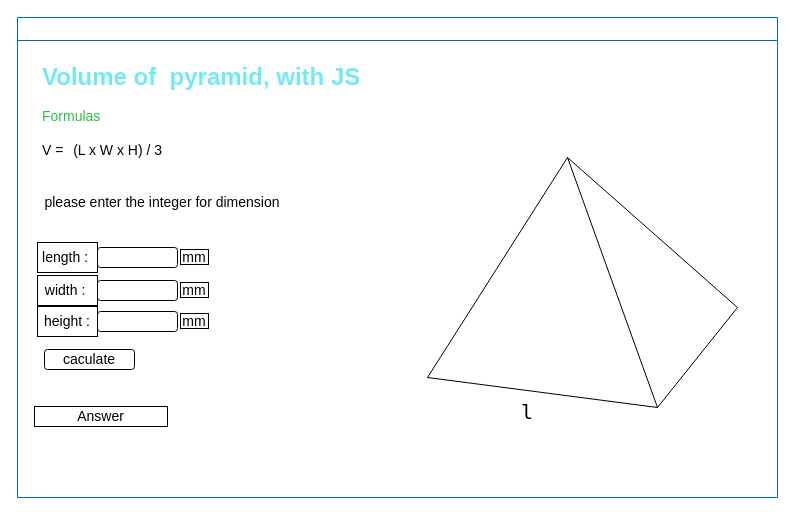
MTHS-ICD2O-1-2023/ICD2O-Unit-3-02-yoochan-han keeps this draw.io diagram as design/storyboard.drawio. Above is the earlier version. Source tidied: cells renumbered, new cells numbered last; positions are measured from the earlier drawing's top-left corner, leaving out a move shared by most shapes. Both pictures are drawn from the tidied source at 100%, with x=0, y=0 at pixel (17, 17).
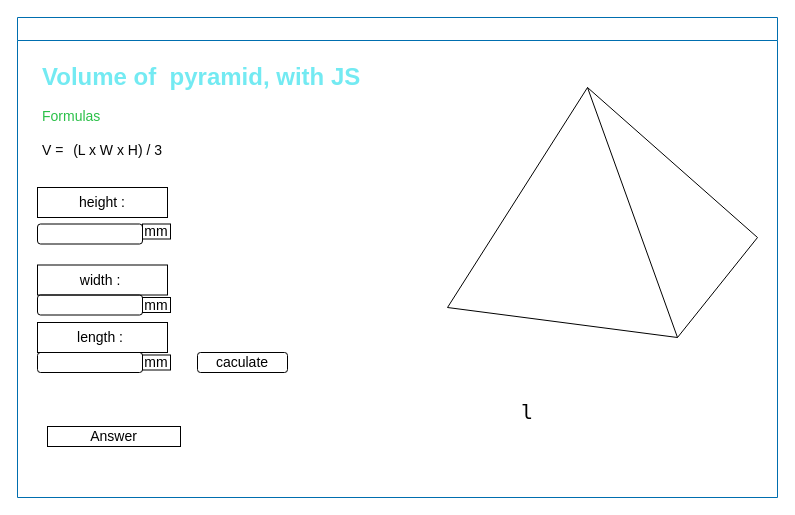
Above is the later version.

The change refers to these unchanged cells:
```xml
<mxCell id="2" value="http://ics2o.mths.ca" style="swimlane;whiteSpace=wrap;html=1;fillColor=none;fontColor=#ffffff;strokeColor=#006EAF;" parent="1" vertex="1">
  <mxGeometry width="760" height="480" as="geometry" />
</mxCell>
```

What changed in the source:
```diff
@@
-    <mxCell id="4" value="&lt;font color=&quot;#050505&quot;&gt;please enter the integer for dimension&lt;/font&gt;" style="text;html=1;align=center;verticalAlign=middle;whiteSpace=wrap;rounded=0;labelBackgroundColor=none;fontSize=14;fillColor=none;" parent="2" vertex="1">
-      <mxGeometry x="20" y="170" width="250" height="30" as="geometry" />
-    </mxCell>
+    <mxCell id="8" value="Answer" style="text;html=1;strokeColor=#000000;fillColor=none;align=center;verticalAlign=middle;rounded=0;glass=0;labelBackgroundColor=none;labelBorderColor=none;fillStyle=auto;fontSize=14;fontColor=#000000;whiteSpace=wrap;" parent="2" vertex="1">
+      <mxGeometry x="30" y="409" width="133" height="20" as="geometry" />
+    </mxCell>
+    <mxCell id="9" value="l" style="text;html=1;strokeColor=none;fillColor=none;align=center;verticalAlign=middle;whiteSpace=wrap;rounded=0;glass=0;labelBackgroundColor=none;labelBorderColor=none;fillStyle=auto;fontSize=20;fontColor=#000000;fontFamily=Lucida Console;" parent="2" vertex="1">
+      <mxGeometry x="480" y="379" width="60" height="30" as="geometry" />
+    </mxCell>
     <mxCell id="5" style="rounded=1;whiteSpace=wrap;html=1;labelBackgroundColor=#000000;fontSize=14;fontColor=#000000;labelBorderColor=none;strokeColor=#000000;" parent="2" vertex="1">
-      <mxGeometry x="80" y="230" width="80" height="20" as="geometry" />
+      <mxGeometry x="20" y="206.5" width="105" height="20" as="geometry" />
     </mxCell>
     <mxCell id="6" value="length :&amp;nbsp;" style="text;html=1;strokeColor=#000000;fillColor=none;align=center;verticalAlign=middle;whiteSpace=wrap;rounded=0;labelBackgroundColor=none;fontSize=14;fontColor=#000000;fillStyle=auto;gradientColor=none;glass=0;labelBorderColor=none;" parent="2" vertex="1">
-      <mxGeometry x="20" y="225" width="60" height="30" as="geometry" />
+      <mxGeometry x="20" y="305" width="130" height="30" as="geometry" />
     </mxCell>
     <mxCell id="7" value="caculate" style="rounded=1;whiteSpace=wrap;html=1;glass=0;labelBackgroundColor=none;labelBorderColor=none;fillStyle=auto;fontSize=14;fontColor=#000000;fillColor=none;gradientColor=none;strokeColor=#000000;" parent="2" vertex="1">
-      <mxGeometry x="27" y="332" width="90" height="20" as="geometry" />
+      <mxGeometry x="180" y="335" width="90" height="20" as="geometry" />
     </mxCell>
-    <mxCell id="8" value="Answer" style="text;html=1;strokeColor=#000000;fillColor=none;align=center;verticalAlign=middle;rounded=0;glass=0;labelBackgroundColor=none;labelBorderColor=none;fillStyle=auto;fontSize=14;fontColor=#000000;whiteSpace=wrap;" parent="2" vertex="1">
-      <mxGeometry x="17" y="389" width="133" height="20" as="geometry" />
-    </mxCell>
-    <mxCell id="9" value="l" style="text;html=1;strokeColor=none;fillColor=none;align=center;verticalAlign=middle;whiteSpace=wrap;rounded=0;glass=0;labelBackgroundColor=none;labelBorderColor=none;fillStyle=auto;fontSize=20;fontColor=#000000;fontFamily=Lucida Console;" parent="2" vertex="1">
-      <mxGeometry x="480" y="379" width="60" height="30" as="geometry" />
-    </mxCell>
-    <mxCell id="10" style="rounded=1;whiteSpace=wrap;html=1;labelBackgroundColor=#000000;fontSize=14;fontColor=#000000;fillColor=none;strokeColor=#000000;" parent="1" vertex="1">
-      <mxGeometry x="80" y="263" width="80" height="20" as="geometry" />
+    <mxCell id="10" style="rounded=1;whiteSpace=wrap;html=1;labelBackgroundColor=#000000;fontSize=14;fontColor=#000000;fillColor=none;strokeColor=#000000;" parent="2" vertex="1">
+      <mxGeometry x="20" y="277.5" width="105" height="20" as="geometry" />
     </mxCell>
-    <mxCell id="11" value="width :&amp;nbsp;" style="text;html=1;strokeColor=#000000;fillColor=none;align=center;verticalAlign=middle;whiteSpace=wrap;rounded=0;labelBackgroundColor=none;fontSize=14;fontColor=#000000;fillStyle=auto;gradientColor=none;glass=0;labelBorderColor=none;" parent="1" vertex="1">
-      <mxGeometry x="20" y="258" width="60" height="30" as="geometry" />
+    <mxCell id="11" value="width :&amp;nbsp;" style="text;html=1;strokeColor=#000000;fillColor=none;align=center;verticalAlign=middle;whiteSpace=wrap;rounded=0;labelBackgroundColor=none;fontSize=14;fontColor=#000000;fillStyle=auto;gradientColor=none;glass=0;labelBorderColor=none;" parent="2" vertex="1">
+      <mxGeometry x="20" y="247.5" width="130" height="30" as="geometry" />
     </mxCell>
-    <mxCell id="12" style="rounded=1;whiteSpace=wrap;html=1;labelBackgroundColor=#000000;fontSize=14;fontColor=#000000;fillColor=none;strokeColor=#000000;" parent="1" vertex="1">
-      <mxGeometry x="80" y="294" width="80" height="20" as="geometry" />
+    <mxCell id="12" style="rounded=1;whiteSpace=wrap;html=1;labelBackgroundColor=#000000;fontSize=14;fontColor=#000000;fillColor=none;strokeColor=#000000;" parent="2" vertex="1">
+      <mxGeometry x="20" y="335" width="105" height="20" as="geometry" />
     </mxCell>
-    <mxCell id="13" value="height :" style="text;html=1;strokeColor=#000000;fillColor=none;align=center;verticalAlign=middle;whiteSpace=wrap;rounded=0;labelBackgroundColor=none;fontSize=14;fontColor=#000000;fillStyle=auto;gradientColor=none;glass=0;labelBorderColor=none;" parent="1" vertex="1">
-      <mxGeometry x="20" y="289" width="60" height="30" as="geometry" />
+    <mxCell id="13" value="height :" style="text;html=1;strokeColor=#000000;fillColor=none;align=center;verticalAlign=middle;whiteSpace=wrap;rounded=0;labelBackgroundColor=none;fontSize=14;fontColor=#000000;fillStyle=auto;gradientColor=none;glass=0;labelBorderColor=none;" parent="2" vertex="1">
+      <mxGeometry x="20" y="170" width="130" height="30" as="geometry" />
     </mxCell>
-    <mxCell id="14" value="mm" style="text;html=1;align=center;verticalAlign=middle;whiteSpace=wrap;rounded=0;labelBackgroundColor=none;fontSize=14;fillStyle=auto;glass=0;labelBorderColor=none;fontColor=#000000;strokeColor=#000000;" parent="1" vertex="1">
-      <mxGeometry x="163" y="232" width="28" height="15" as="geometry" />
+    <mxCell id="14" value="mm" style="text;html=1;align=center;verticalAlign=middle;whiteSpace=wrap;rounded=0;labelBackgroundColor=none;fontSize=14;fillStyle=auto;glass=0;labelBorderColor=none;fontColor=#000000;strokeColor=#000000;" parent="2" vertex="1">
+      <mxGeometry x="125" y="206.5" width="28" height="15" as="geometry" />
     </mxCell>
-    <mxCell id="15" value="mm" style="text;html=1;strokeColor=#000000;fillColor=none;align=center;verticalAlign=middle;whiteSpace=wrap;rounded=0;labelBackgroundColor=none;fontSize=14;fontColor=#000000;fillStyle=auto;gradientColor=none;glass=0;labelBorderColor=none;" parent="1" vertex="1">
-      <mxGeometry x="163" y="265" width="28" height="15" as="geometry" />
+    <mxCell id="15" value="mm" style="text;html=1;strokeColor=#000000;fillColor=none;align=center;verticalAlign=middle;whiteSpace=wrap;rounded=0;labelBackgroundColor=none;fontSize=14;fontColor=#000000;fillStyle=auto;gradientColor=none;glass=0;labelBorderColor=none;" parent="2" vertex="1">
+      <mxGeometry x="125" y="280" width="28" height="15" as="geometry" />
     </mxCell>
-    <mxCell id="16" value="mm" style="text;html=1;strokeColor=#000000;fillColor=none;align=center;verticalAlign=middle;whiteSpace=wrap;rounded=0;labelBackgroundColor=none;fontSize=14;fontColor=#000000;fillStyle=auto;gradientColor=none;glass=0;labelBorderColor=none;" parent="1" vertex="1">
-      <mxGeometry x="163" y="296" width="28" height="15" as="geometry" />
+    <mxCell id="16" value="mm" style="text;html=1;strokeColor=#000000;fillColor=none;align=center;verticalAlign=middle;whiteSpace=wrap;rounded=0;labelBackgroundColor=none;fontSize=14;fontColor=#000000;fillStyle=auto;gradientColor=none;glass=0;labelBorderColor=none;" parent="2" vertex="1">
+      <mxGeometry x="125" y="337.5" width="28" height="15" as="geometry" />
     </mxCell>
     <mxCell id="17" style="endArrow=none;html=1;fontSize=14;fontColor=#000000;strokeColor=#000000;" parent="1" edge="1">
       <mxGeometry relative="1" as="geometry">
-        <mxPoint x="410" y="360" as="sourcePoint" />
-        <mxPoint x="550" y="140" as="targetPoint" />
+        <mxPoint x="430" y="290" as="sourcePoint" />
+        <mxPoint x="570" y="70" as="targetPoint" />
       </mxGeometry>
     </mxCell>
     <mxCell id="18" style="endArrow=none;html=1;fontSize=14;fontColor=#000000;strokeColor=#000000;" parent="1" edge="1">
       <mxGeometry relative="1" as="geometry">
-        <mxPoint x="410" y="360" as="sourcePoint" />
-        <mxPoint x="640" y="390" as="targetPoint" />
+        <mxPoint x="430" y="290" as="sourcePoint" />
+        <mxPoint x="660" y="320" as="targetPoint" />
       </mxGeometry>
     </mxCell>
     <mxCell id="19" style="endArrow=none;html=1;fontSize=14;fontColor=#000000;strokeColor=#000000;" parent="1" edge="1">
       <mxGeometry relative="1" as="geometry">
-        <mxPoint x="640" y="390" as="sourcePoint" />
-        <mxPoint x="550" y="140" as="targetPoint" />
+        <mxPoint x="660" y="320" as="sourcePoint" />
+        <mxPoint x="570" y="70" as="targetPoint" />
       </mxGeometry>
     </mxCell>
     <mxCell id="20" style="endArrow=none;html=1;fontSize=14;fontColor=#000000;strokeColor=#000000;" parent="1" edge="1">
       <mxGeometry relative="1" as="geometry">
-        <mxPoint x="640" y="390" as="sourcePoint" />
-        <mxPoint x="720" y="290" as="targetPoint" />
+        <mxPoint x="660" y="320" as="sourcePoint" />
+        <mxPoint x="740" y="220" as="targetPoint" />
       </mxGeometry>
     </mxCell>
     <mxCell id="21" style="endArrow=none;html=1;fontSize=14;fontColor=#000000;strokeColor=#000000;" parent="1" edge="1">
       <mxGeometry relative="1" as="geometry">
-        <mxPoint x="720" y="290" as="sourcePoint" />
-        <mxPoint x="550" y="140" as="targetPoint" />
+        <mxPoint x="740" y="220" as="sourcePoint" />
+        <mxPoint x="570" y="70" as="targetPoint" />
       </mxGeometry>
     </mxCell>
```
